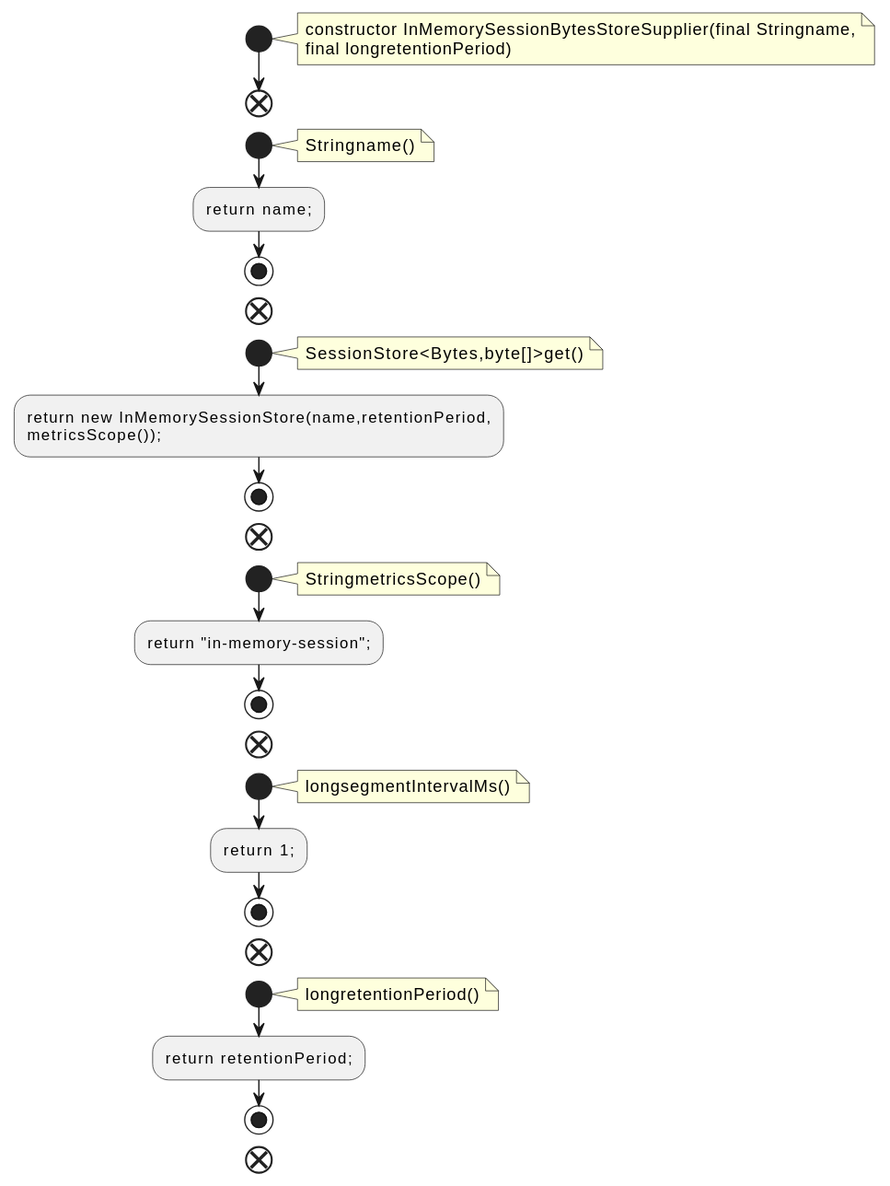
Above: docs/qc/streams/src/main/java/org/apache/kafka/streams/state/internals/InMemorySessionBytesStoreSupplier.java.fct.svg in qualitesys/kafka (PlantUML), before the change.
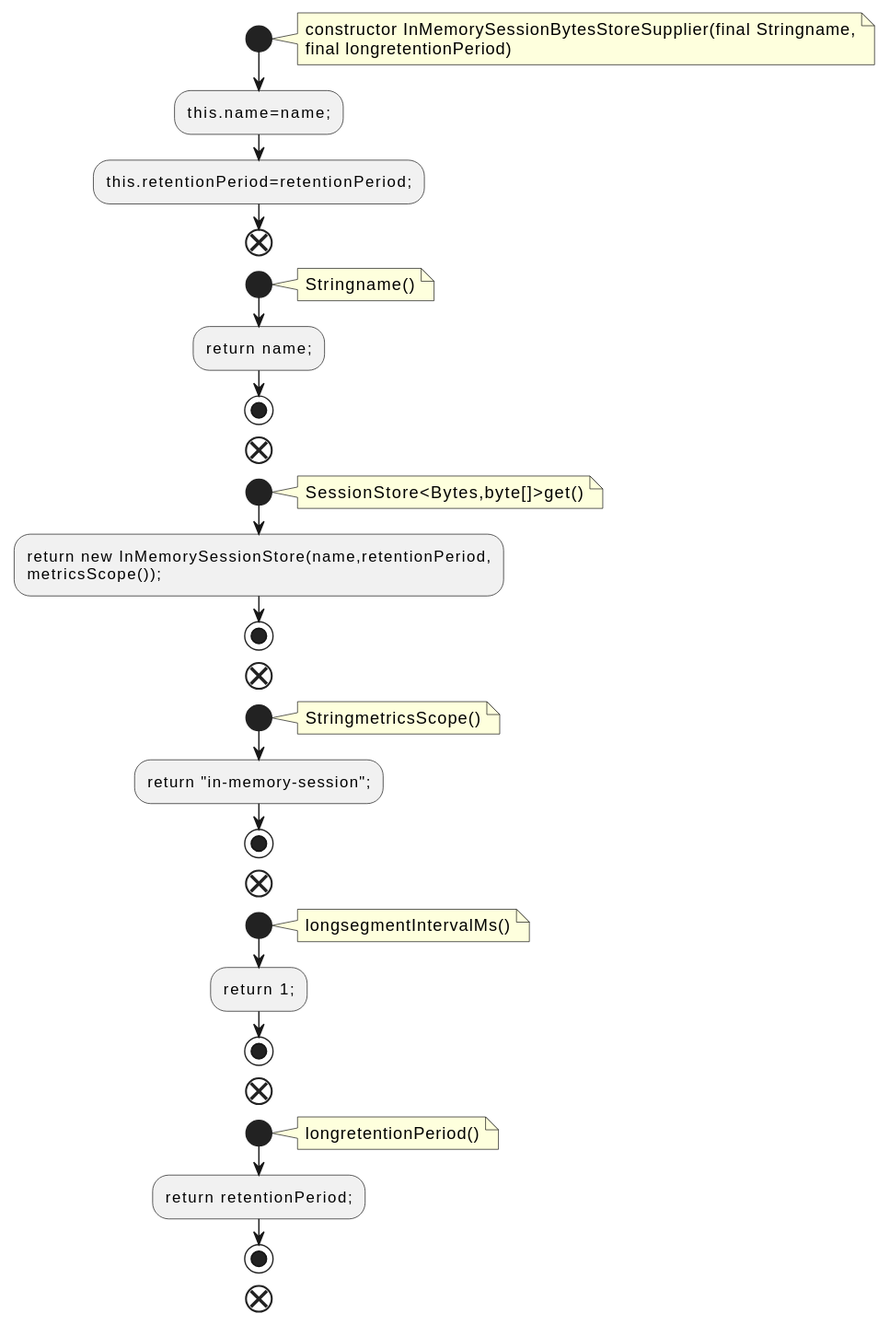
After the change.

The edit, as a diff of the source:
```diff
@@ -5,6 +5,8 @@
 constructor InMemorySessionBytesStoreSupplier(final Stringname,
 final longretentionPeriod)
 end note
+:this.name=name;;
+:this.retentionPeriod=retentionPeriod;;
 end
 start
 note right
```
